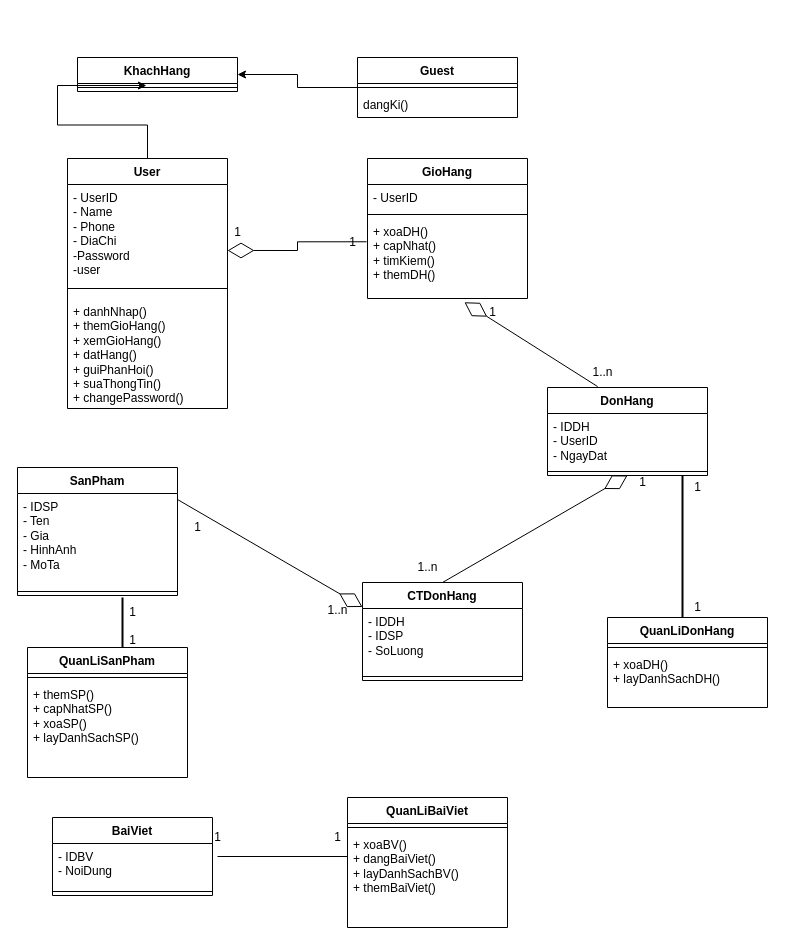
The draw.io diagram lop du kien.drawio in leehoang21/uml, before the edit. Source tidied: cells renumbered, new cells numbered last; positions are measured from the earlier drawing's top-left corner, leaving out a move shared by most shapes. Both pictures are drawn from the tidied source at 100%, with x=0, y=0 at pixel (17, 57).
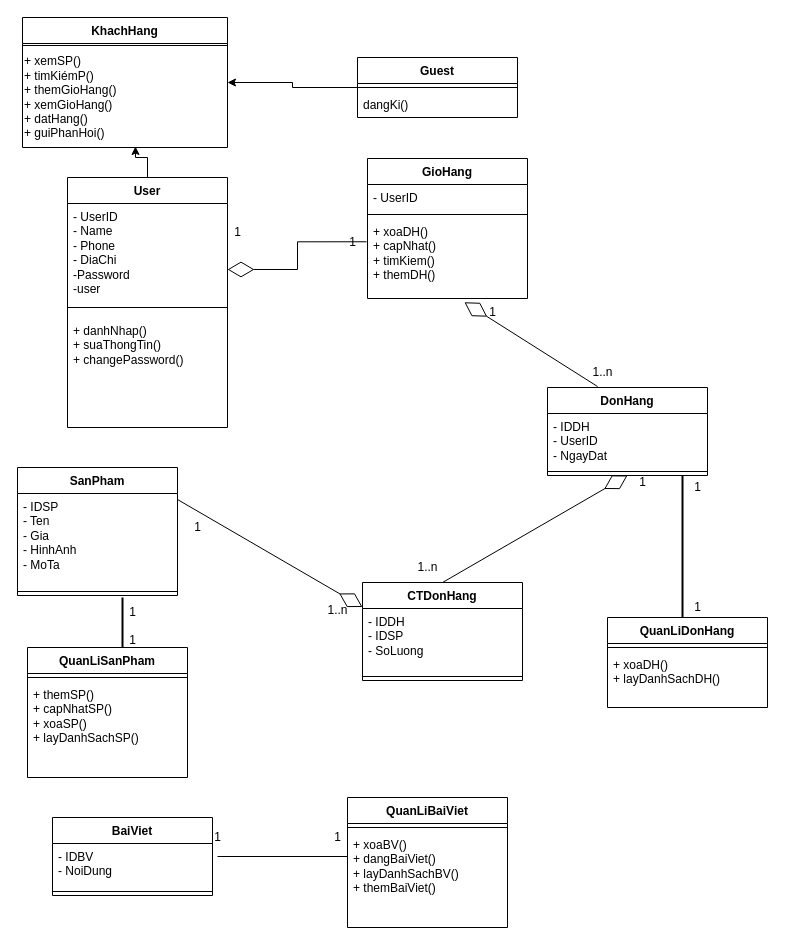
The same page after the edit.

What changed in the source:
```diff
@@
     <mxCell id="2" value="KhachHang" style="swimlane;fontStyle=1;align=center;verticalAlign=top;horizontal=1;startSize=26;whiteSpace=wrap;html=1;" parent="1" vertex="1">
-      <mxGeometry x="60" width="160" height="34" as="geometry" />
+      <mxGeometry x="5" y="-40" width="205" height="130" as="geometry" />
     </mxCell>
     <mxCell id="3" style="line;strokeWidth=1;fillColor=none;align=left;verticalAlign=middle;spacingTop=-1;spacingLeft=3;spacingRight=3;labelPosition=right;points=[];portConstraint=eastwest;strokeColor=inherit;" parent="2" vertex="1">
-      <mxGeometry y="26" width="160" height="8" as="geometry" />
+      <mxGeometry y="26" width="205" height="4" as="geometry" />
     </mxCell>
+    <mxCell id="59" value="+ xemSP()&lt;br&gt;+ timKiémP()&lt;br&gt;+ themGioHang()&lt;br style=&quot;border-color: var(--border-color);&quot;&gt;+ xemGioHang()&lt;br style=&quot;border-color: var(--border-color);&quot;&gt;&lt;span style=&quot;&quot;&gt;+ datHang()&lt;/span&gt;&lt;br style=&quot;border-color: var(--border-color);&quot;&gt;&lt;span style=&quot;&quot;&gt;+ guiPhanHoi()&lt;/span&gt;" style="text;html=1;align=left;verticalAlign=middle;points=[];strokeColor=none;fillColor=none;" parent="2" vertex="1">
+      <mxGeometry y="30" width="205" height="100" as="geometry" />
+    </mxCell>
@@
-    <mxCell id="8" style="edgeStyle=orthogonalEdgeStyle;rounded=0;jettySize=auto;html=1;exitX=0.5;exitY=0;exitDx=0;exitDy=0;entryX=0.431;entryY=0.25;entryDx=0;entryDy=0;entryPerimeter=0;" parent="1" edge="1" source="9" target="3">
-      <mxGeometry relative="1" as="geometry" />
+    <mxCell id="8" style="edgeStyle=orthogonalEdgeStyle;rounded=0;jettySize=auto;html=1;exitX=0.5;exitY=0;exitDx=0;exitDy=0;entryX=0.551;entryY=0.99;entryDx=0;entryDy=0;entryPerimeter=0;" parent="1" edge="1" source="9" target="59">
+      <mxGeometry relative="1" as="geometry">
+        <Array as="points">
+          <mxPoint x="130" y="100" />
+          <mxPoint x="118" y="100" />
+        </Array>
+      </mxGeometry>
     </mxCell>
     <mxCell id="9" value="User" style="swimlane;fontStyle=1;align=center;verticalAlign=top;horizontal=1;startSize=26;whiteSpace=wrap;html=1;" parent="1" vertex="1">
-      <mxGeometry x="50" y="101" width="160" height="250" as="geometry" />
+      <mxGeometry x="50" y="120" width="160" height="250" as="geometry" />
     </mxCell>
@@
-    <mxCell id="12" value="+ danhNhap()&lt;br&gt;+ themGioHang()&lt;br&gt;+ xemGioHang()&lt;br&gt;+ datHang()&lt;br&gt;+ guiPhanHoi()&lt;br&gt;+ suaThongTin()&lt;br&gt;+ changePassword()" style="text;strokeColor=none;fillColor=none;align=left;verticalAlign=top;spacingLeft=4;spacingRight=4;overflow=hidden;whiteSpace=wrap;html=1;" parent="9" vertex="1">
+    <mxCell id="12" value="+ danhNhap()&lt;br&gt;+ suaThongTin()&lt;br&gt;+ changePassword()" style="text;strokeColor=none;fillColor=none;align=left;verticalAlign=top;spacingLeft=4;spacingRight=4;overflow=hidden;whiteSpace=wrap;html=1;" parent="9" vertex="1">
       <mxGeometry y="140" width="160" height="110" as="geometry" />
     </mxCell>
```
